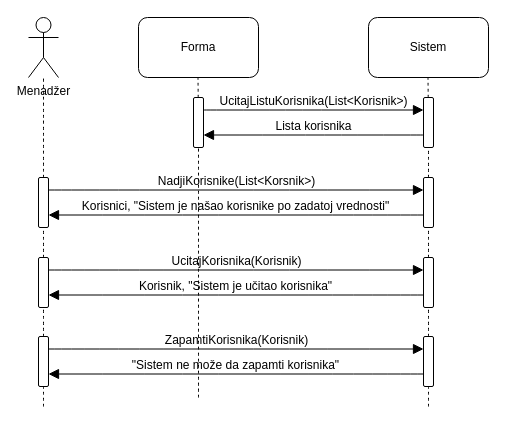
Before: Dijagram sekvenci-izmena korisnika-alt3.drawio in jancekk/agencija_turisticka, a draw.io diagram. Source tidied: cells renumbered, new cells numbered last; positions are measured from the earlier drawing's top-left corner, leaving out a move shared by most shapes. Both pictures are drawn from the tidied source at 100%, with x=0, y=0 at pixel (18, 17).
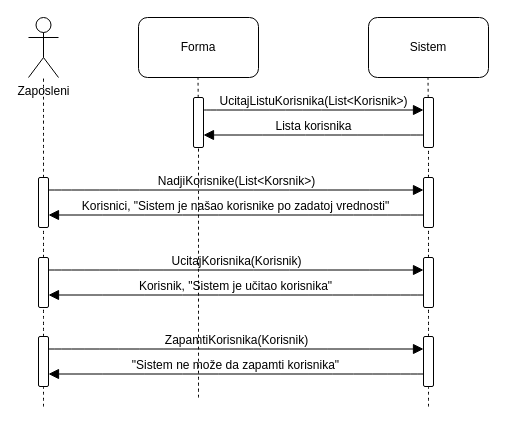
After the change.

Diff of the diagram source:
```diff
@@
-    <mxCell id="2" value="Menadžer" style="shape=umlActor;verticalLabelPosition=bottom;verticalAlign=top;html=1;" parent="1" vertex="1">
+    <mxCell id="2" value="Zaposleni" style="shape=umlActor;verticalLabelPosition=bottom;verticalAlign=top;html=1;" parent="1" vertex="1">
       <mxGeometry x="10" width="30" height="60" as="geometry" />
     </mxCell>
```
